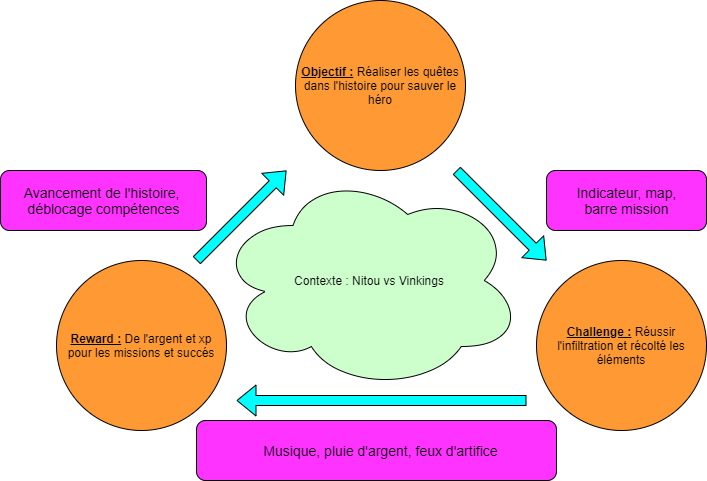
CrZr/CDD-nitou_chez_les_vikings keeps this draw.io diagram as images/loop.png. Above is the earlier version. Source tidied: cells renumbered, new cells last; positions are measured from the earlier drawing's top-left corner, leaving out a move shared by most shapes. Source of this version:
```xml
<mxGraphModel>
  <root>
    <mxCell id="0" />
    <mxCell id="1" parent="0" />
    <mxCell id="2" style="rounded=1;whiteSpace=wrap;html=1;fillColor=#FF33FF;" parent="1" vertex="1">
      <mxGeometry x="546" y="170" width="160" height="60" as="geometry" />
    </mxCell>
    <mxCell id="3" style="rounded=1;whiteSpace=wrap;html=1;fillColor=#FF33FF;" parent="1" vertex="1">
      <mxGeometry y="170" width="206" height="60" as="geometry" />
    </mxCell>
    <mxCell id="4" style="rounded=1;whiteSpace=wrap;html=1;fillColor=#FF33FF;" parent="1" vertex="1">
      <mxGeometry x="196" y="420" width="360" height="60" as="geometry" />
    </mxCell>
    <mxCell id="5" value="&lt;b&gt;&lt;u&gt;Reward :&lt;/u&gt;&lt;/b&gt;&amp;nbsp;De l'argent et xp&lt;br&gt;pour les missions et succés" style="ellipse;whiteSpace=wrap;html=1;fillColor=#FF9933;" parent="1" vertex="1">
      <mxGeometry x="56" y="260" width="170" height="170" as="geometry" />
    </mxCell>
    <mxCell id="6" value="&lt;b&gt;&lt;u&gt;Challenge :&lt;/u&gt;&lt;/b&gt; Réussir l'infiltration et récolté les éléments" style="ellipse;whiteSpace=wrap;html=1;fillColor=#FF9933;" parent="1" vertex="1">
      <mxGeometry x="536" y="260" width="170" height="170" as="geometry" />
    </mxCell>
    <mxCell id="7" value="&lt;u&gt;&lt;b&gt;Objectif :&lt;/b&gt;&lt;/u&gt; Réaliser les quêtes dans l'histoire pour sauver le héro" style="ellipse;whiteSpace=wrap;html=1;fillColor=#FF9933;" parent="1" vertex="1">
      <mxGeometry x="295" width="170" height="170" as="geometry" />
    </mxCell>
    <mxCell id="8" style="shape=flexArrow;endArrow=classic;html=1;fillColor=#00FFFF;" parent="1" edge="1">
      <mxGeometry relative="1" as="geometry">
        <mxPoint x="196" y="260" as="sourcePoint" />
        <mxPoint x="286" y="170" as="targetPoint" />
      </mxGeometry>
    </mxCell>
    <mxCell id="9" style="shape=flexArrow;endArrow=classic;html=1;fillColor=#00FFFF;" parent="1" edge="1">
      <mxGeometry relative="1" as="geometry">
        <mxPoint x="456" y="170" as="sourcePoint" />
        <mxPoint x="546" y="260" as="targetPoint" />
      </mxGeometry>
    </mxCell>
    <mxCell id="10" style="shape=flexArrow;endArrow=classic;html=1;fillColor=#00FFFF;" parent="1" edge="1">
      <mxGeometry relative="1" as="geometry">
        <mxPoint x="526" y="400" as="sourcePoint" />
        <mxPoint x="236" y="400" as="targetPoint" />
      </mxGeometry>
    </mxCell>
    <mxCell id="11" value="&lt;div&gt;Contexte : Nitou vs Vinkings&lt;/div&gt;" style="ellipse;shape=cloud;whiteSpace=wrap;html=1;fillColor=#CCFFCC;" parent="1" vertex="1">
      <mxGeometry x="216" y="170" width="306" height="220" as="geometry" />
    </mxCell>
    <mxCell id="12" value="&lt;span style=&quot;font-size: 14px&quot;&gt;Indicateur, map,&lt;br&gt;barre mission&lt;/span&gt;" style="text;html=1;align=center;verticalAlign=middle;" parent="1" vertex="1">
      <mxGeometry x="566" y="180" width="120" height="40" as="geometry" />
    </mxCell>
    <mxCell id="13" value="&lt;span style=&quot;font-size: 14px&quot;&gt;Avancement de l'histoire,&amp;nbsp;&lt;br&gt;déblocage compétences&lt;/span&gt;" style="text;html=1;align=center;verticalAlign=middle;" parent="1" vertex="1">
      <mxGeometry x="13" y="180" width="180" height="40" as="geometry" />
    </mxCell>
    <mxCell id="14" value="&lt;font style=&quot;font-size: 14px&quot;&gt;Musique, pluie d'argent, feux d'artifice&lt;/font&gt;" style="text;html=1;align=center;verticalAlign=middle;" parent="1" vertex="1">
      <mxGeometry x="255" y="440" width="250" height="20" as="geometry" />
    </mxCell>
  </root>
</mxGraphModel>
```
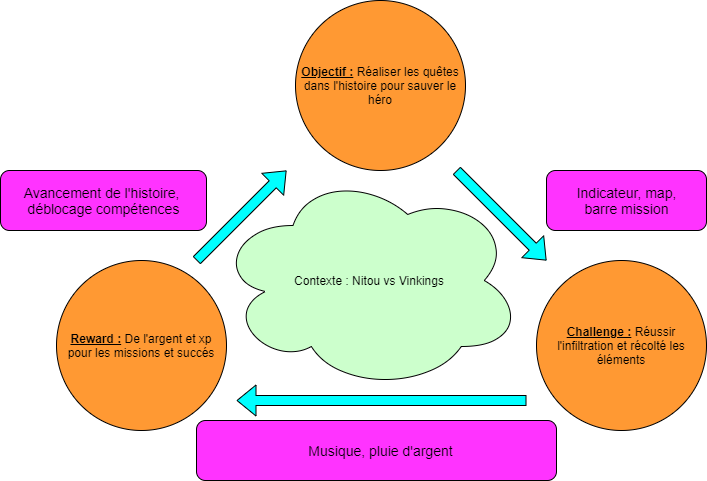
After the change.

The edit, as a diff of the source:
```diff
@@ -47,8 +47,8 @@
     <mxCell id="13" value="&lt;span style=&quot;font-size: 14px&quot;&gt;Avancement de l'histoire,&amp;nbsp;&lt;br&gt;déblocage compétences&lt;/span&gt;" style="text;html=1;align=center;verticalAlign=middle;" parent="1" vertex="1">
       <mxGeometry x="13" y="180" width="180" height="40" as="geometry" />
     </mxCell>
-    <mxCell id="14" value="&lt;font style=&quot;font-size: 14px&quot;&gt;Musique, pluie d'argent, feux d'artifice&lt;/font&gt;" style="text;html=1;align=center;verticalAlign=middle;" parent="1" vertex="1">
-      <mxGeometry x="255" y="440" width="250" height="20" as="geometry" />
+    <mxCell id="14" value="&lt;font style=&quot;font-size: 14px&quot;&gt;Musique, pluie d'argent&lt;/font&gt;" style="text;html=1;align=center;verticalAlign=middle;" parent="1" vertex="1">
+      <mxGeometry x="300" y="440" width="160" height="20" as="geometry" />
     </mxCell>
   </root>
 </mxGraphModel>
```
